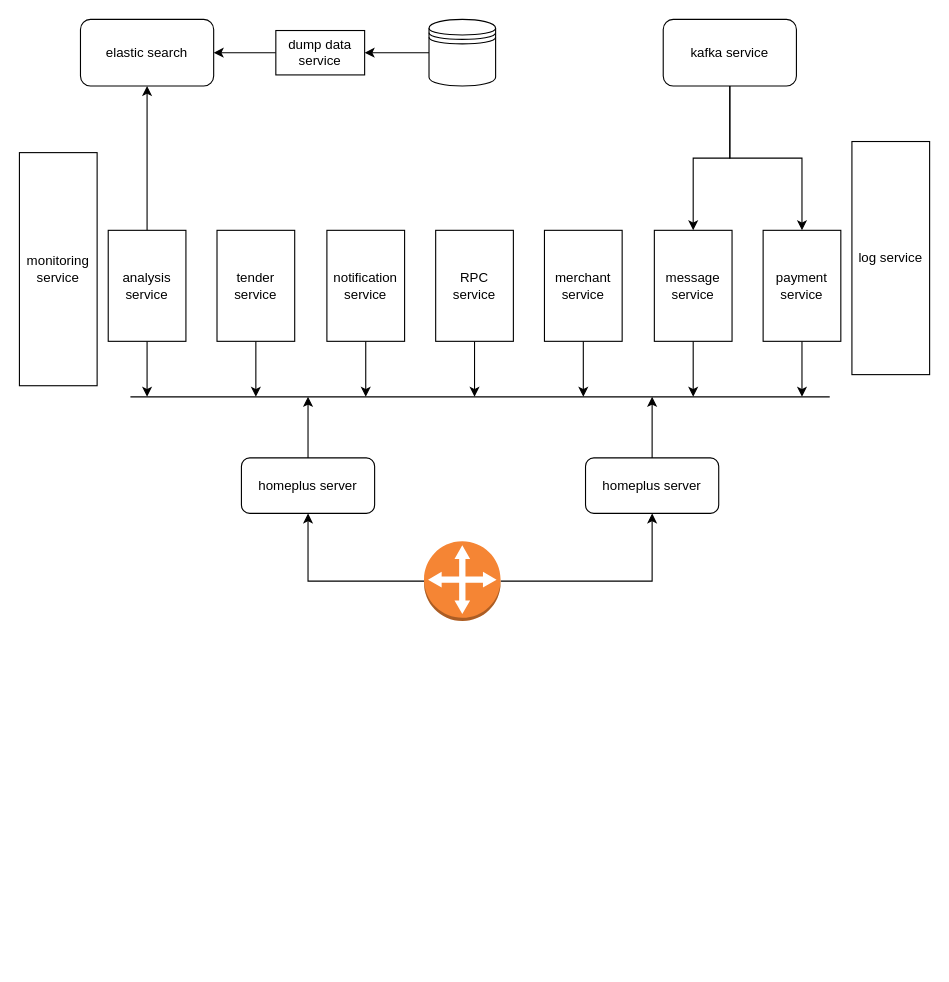
The draw.io diagram homeplus_component.drawio in frankyzf/drawio, before the edit. Source tidied: cells renumbered, new cells numbered last; positions are measured from the earlier drawing's top-left corner, leaving out a move shared by most shapes. Both pictures are drawn from the tidied source at 111%, with x=0, y=0 at pixel (19, 19).
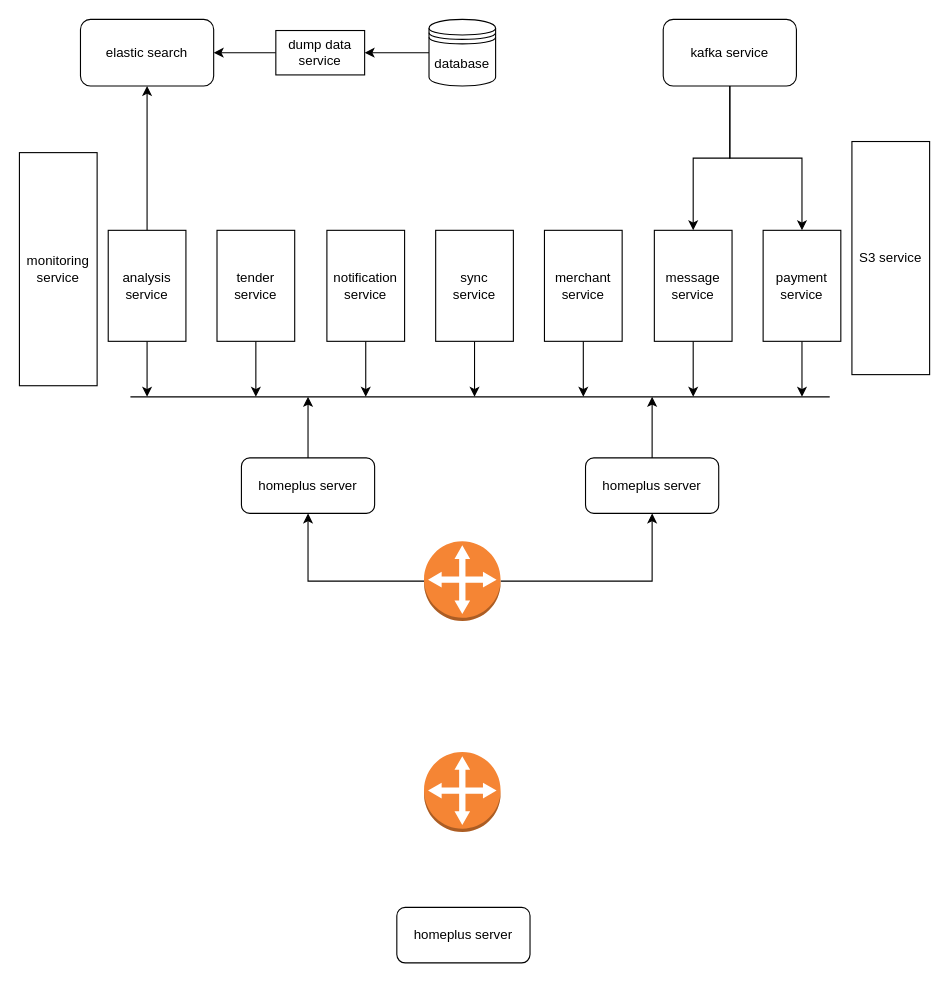
The same diagram, later.

Change to the diagram source:
```diff
@@
-    <mxCell id="6" style="shape=datastore;whiteSpace=wrap;html=1;" parent="1" vertex="1">
+    <mxCell id="6" value="database" style="shape=datastore;whiteSpace=wrap;html=1;" parent="1" vertex="1">
       <mxGeometry x="369" width="60" height="60" as="geometry" />
     </mxCell>
@@
-    <mxCell id="17" value="RPC&lt;br&gt;service" style="rounded=0;whiteSpace=wrap;html=1;" parent="1" vertex="1">
+    <mxCell id="17" value="sync &lt;br&gt;service" style="rounded=0;whiteSpace=wrap;html=1;" parent="1" vertex="1">
       <mxGeometry x="375" y="190" width="70" height="100" as="geometry" />
     </mxCell>
@@
-    <mxCell id="31" value="log service" style="rounded=0;whiteSpace=wrap;html=1;" parent="1" vertex="1">
+    <mxCell id="31" value="S3 service" style="rounded=0;whiteSpace=wrap;html=1;" parent="1" vertex="1">
       <mxGeometry x="750" y="110" width="70" height="210" as="geometry" />
     </mxCell>
@@
+    <mxCell id="35" style="dashed=0;verticalLabelPosition=bottom;verticalAlign=top;align=center;html=1;shape=mxgraph.aws3.customer_gateway;fillColor=#F58534;gradientColor=none;" parent="1" vertex="1">
+      <mxGeometry x="364.5" y="660" width="69" height="72" as="geometry" />
+    </mxCell>
+    <mxCell id="36" value="homeplus server" style="rounded=1;whiteSpace=wrap;html=1;" parent="1" vertex="1">
+      <mxGeometry x="340" y="800" width="120" height="50" as="geometry" />
+    </mxCell>
```
